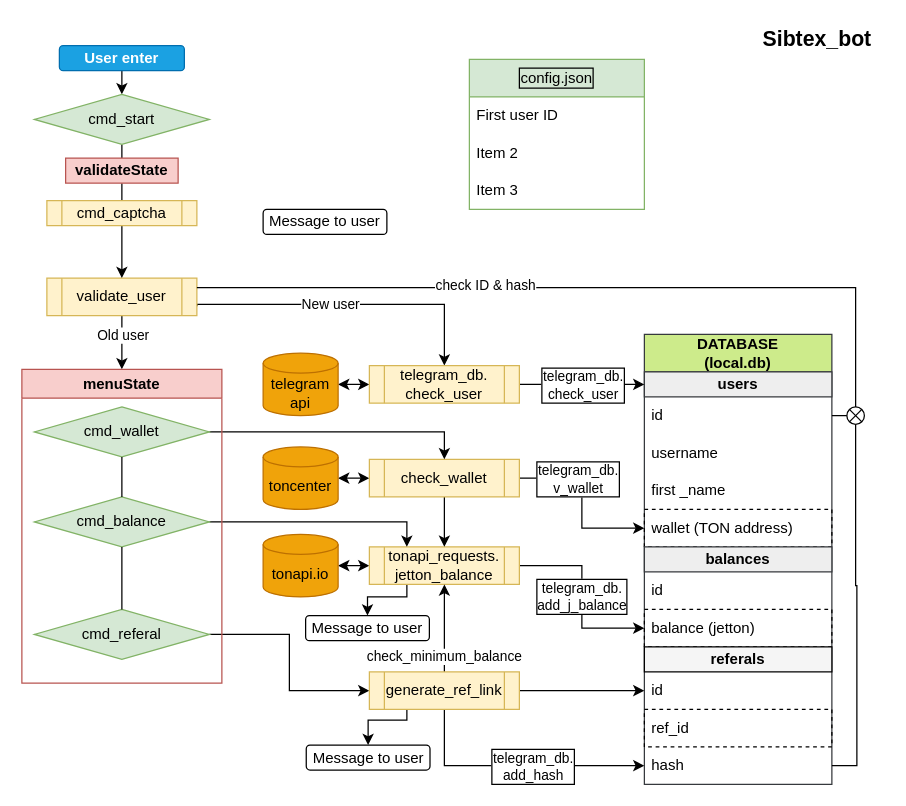
This is sibtex_bot.drawio from traptor/Sibton, a draw.io file, before an edit. Source tidied: cells renumbered, new cells numbered last; positions are measured from the earlier drawing's top-left corner, leaving out a move shared by most shapes. Both pictures are drawn from the tidied source at 125%, with x=0, y=0 at pixel (21, 21).
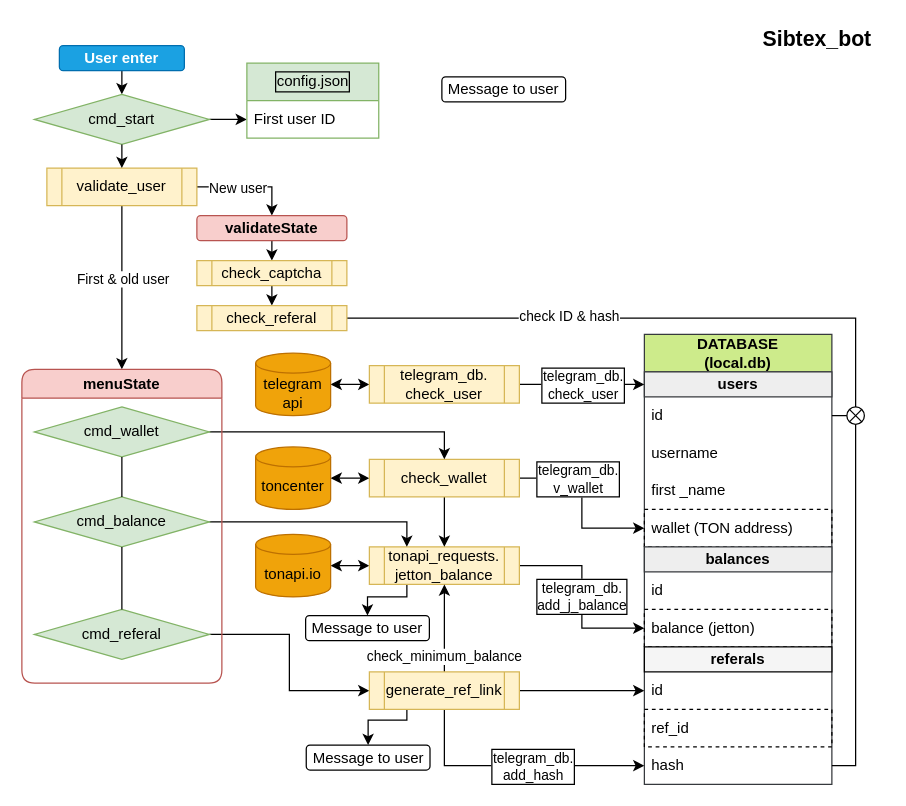
The same page after the edit.

The change refers to these unchanged cells:
```xml
<mxCell id="9" value="cmd_start" style="rhombus;whiteSpace=wrap;html=1;labelBackgroundColor=none;labelBorderColor=none;fillColor=#d5e8d4;strokeColor=#82b366;" parent="1" vertex="1">
  <mxGeometry x="10" y="58" width="140" height="40" as="geometry" />
</mxCell>
<mxCell id="23" value="hash" style="text;strokeColor=none;fillColor=none;align=left;verticalAlign=middle;spacingLeft=4;spacingRight=4;overflow=hidden;points=[[0,0.5],[1,0.5]];portConstraint=eastwest;whiteSpace=wrap;html=1;fontColor=#000000;dashed=1;" parent="11" vertex="1">
  <mxGeometry y="330" width="150" height="30" as="geometry" />
</mxCell>
<mxCell id="33" value="telegram_db.&lt;br&gt;check_user" style="shape=process;whiteSpace=wrap;html=1;backgroundOutline=1;fillColor=#fff2cc;strokeColor=#d6b656;" parent="1" vertex="1">
  <mxGeometry x="278" y="275" width="120" height="30" as="geometry" />
</mxCell>
<mxCell id="64" style="shape=sumEllipse;perimeter=ellipsePerimeter;whiteSpace=wrap;html=1;backgroundOutline=1;" parent="1" vertex="1">
  <mxGeometry x="660" y="308" width="14" height="14" as="geometry" />
</mxCell>
```

What changed in the source:
```diff
@@
-    <mxCell id="4" style="edgeStyle=orthogonalEdgeStyle;rounded=0;jettySize=auto;html=1;fontColor=#000000;entryX=0.5;entryY=0;entryDx=0;entryDy=0;endArrow=classic;endFill=1;exitX=1;exitY=0.75;exitDx=0;exitDy=0;" parent="1" edge="1" source="57" target="33">
-      <mxGeometry relative="1" as="geometry">
-        <Array as="points">
-          <mxPoint x="338" y="226" />
-        </Array>
-      </mxGeometry>
-    </mxCell>
-    <mxCell id="5" value="New user" style="edgeLabel;html=1;align=center;verticalAlign=middle;" parent="4" vertex="1">
-      <mxGeometry relative="1" as="geometry">
-        <mxPoint x="-16" y="-1" as="offset" />
-      </mxGeometry>
-    </mxCell>
-    <mxCell id="6" style="edgeStyle=orthogonalEdgeStyle;rounded=0;jettySize=auto;html=1;fontColor=#000000;startArrow=none;exitX=0.5;exitY=1;exitDx=0;exitDy=0;" parent="1" edge="1" source="57" target="66">
-      <mxGeometry relative="1" as="geometry" />
+    <mxCell id="6" style="edgeStyle=orthogonalEdgeStyle;rounded=0;jettySize=auto;html=1;fontColor=#000000;startArrow=none;exitX=0.5;exitY=1;exitDx=0;exitDy=0;entryX=0.5;entryY=0;entryDx=0;entryDy=0;" parent="1" edge="1" source="57" target="66">
+      <mxGeometry relative="1" as="geometry">
+        <Array as="points">
+          <mxPoint x="80" y="270" />
+          <mxPoint x="80" y="270" />
+        </Array>
+      </mxGeometry>
     </mxCell>
-    <mxCell id="7" value="Old user" style="edgeLabel;html=1;align=center;verticalAlign=middle;fontColor=#000000;" parent="6" vertex="1">
+    <mxCell id="7" value="First &amp;amp; old user" style="edgeLabel;html=1;align=center;verticalAlign=middle;fontColor=#000000;" parent="6" vertex="1">
       <mxGeometry x="0.03" y="3" relative="1" as="geometry">
-        <mxPoint x="-3" y="-7" as="offset" />
+        <mxPoint x="-3" y="-9" as="offset" />
       </mxGeometry>
     </mxCell>
-    <mxCell id="8" style="edgeStyle=elbowEdgeStyle;rounded=0;jettySize=auto;html=1;exitX=0.5;exitY=1;exitDx=0;exitDy=0;entryX=0.5;entryY=0;entryDx=0;entryDy=0;fontColor=#000000;endArrow=none;endFill=0;" parent="1" edge="1" source="9" target="60">
-      <mxGeometry relative="1" as="geometry" />
-    </mxCell>
+    <mxCell id="73" style="edgeStyle=orthogonalEdgeStyle;rounded=0;jettySize=auto;html=1;exitX=1;exitY=0.5;exitDx=0;exitDy=0;entryX=0;entryY=0.5;entryDx=0;entryDy=0;" parent="1" edge="1" source="9" target="53">
+      <mxGeometry relative="1" as="geometry" />
+    </mxCell>
@@
     <mxCell id="28" value="tonapi.io" style="shape=cylinder3;whiteSpace=wrap;html=1;boundedLbl=1;backgroundOutline=1;size=8;fillColor=#f0a30a;fontColor=#000000;strokeColor=#BD7000;" parent="1" vertex="1">
-      <mxGeometry x="193" y="410" width="60" height="50" as="geometry" />
+      <mxGeometry x="187" y="410" width="60" height="50" as="geometry" />
     </mxCell>
@@
     <mxCell id="30" value="telegram api" style="shape=cylinder3;whiteSpace=wrap;html=1;boundedLbl=1;backgroundOutline=1;size=8;fillColor=#f0a30a;strokeColor=#BD7000;fontColor=#000000;" parent="1" vertex="1">
-      <mxGeometry x="193" y="265" width="60" height="50" as="geometry" />
+      <mxGeometry x="187" y="265" width="60" height="50" as="geometry" />
     </mxCell>
@@
     <mxCell id="39" value="toncenter" style="shape=cylinder3;whiteSpace=wrap;html=1;boundedLbl=1;backgroundOutline=1;size=8;fillColor=#f0a30a;strokeColor=#BD7000;fontColor=#000000;" parent="1" vertex="1">
-      <mxGeometry x="193" y="340" width="60" height="50" as="geometry" />
+      <mxGeometry x="187" y="340" width="60" height="50" as="geometry" />
     </mxCell>
@@
     <mxCell id="52" value="config.json" style="swimlane;fontStyle=0;horizontal=1;startSize=30;whiteSpace=wrap;html=1;labelBorderColor=default;strokeColor=#82b366;fillColor=#d5e8d4;" parent="1" vertex="1">
-      <mxGeometry x="358" y="30" width="140" height="120" as="geometry" />
+      <mxGeometry x="180" y="33" width="105.5" height="60" as="geometry" />
     </mxCell>
     <mxCell id="53" value="First user ID" style="text;strokeColor=none;fillColor=none;align=left;verticalAlign=middle;spacingLeft=4;spacingRight=4;overflow=hidden;points=[[0,0.5],[1,0.5]];portConstraint=eastwest;whiteSpace=wrap;html=1;" parent="52" vertex="1">
-      <mxGeometry y="30" width="140" height="30" as="geometry" />
+      <mxGeometry y="30" width="105.5" height="30" as="geometry" />
     </mxCell>
-    <mxCell id="54" value="Item 2" style="text;strokeColor=none;fillColor=none;align=left;verticalAlign=middle;spacingLeft=4;spacingRight=4;overflow=hidden;whiteSpace=wrap;html=1;" parent="52" vertex="1">
-      <mxGeometry y="60" width="140" height="30" as="geometry" />
-    </mxCell>
-    <mxCell id="55" value="Item 3" style="text;strokeColor=none;fillColor=none;align=left;verticalAlign=middle;spacingLeft=4;spacingRight=4;overflow=hidden;whiteSpace=wrap;html=1;" parent="52" vertex="1">
-      <mxGeometry y="90" width="140" height="30" as="geometry" />
-    </mxCell>
     <mxCell id="56" value="Message to user" style="rounded=1;whiteSpace=wrap;html=1;strokeColor=#000000;gradientColor=none;" parent="1" vertex="1">
-      <mxGeometry x="193" y="150" width="99" height="20" as="geometry" />
+      <mxGeometry x="336" y="44" width="99" height="20" as="geometry" />
     </mxCell>
+    <mxCell id="74" style="edgeStyle=orthogonalEdgeStyle;rounded=0;jettySize=auto;html=1;exitX=1;exitY=0.5;exitDx=0;exitDy=0;entryX=0.5;entryY=0;entryDx=0;entryDy=0;" parent="1" edge="1" source="57" target="60">
+      <mxGeometry relative="1" as="geometry" />
+    </mxCell>
+    <mxCell id="5" value="New user" style="edgeLabel;html=1;align=center;verticalAlign=middle;" parent="74" vertex="1">
+      <mxGeometry x="0.13" relative="1" as="geometry">
+        <mxPoint x="-15" as="offset" />
+      </mxGeometry>
+    </mxCell>
     <mxCell id="57" value="validate_user" style="shape=process;whiteSpace=wrap;html=1;backgroundOutline=1;labelBorderColor=none;strokeColor=#d6b656;fillColor=#fff2cc;" parent="1" vertex="1">
-      <mxGeometry x="20" y="205" width="120" height="30" as="geometry" />
+      <mxGeometry x="20" y="117" width="120" height="30" as="geometry" />
     </mxCell>
-    <mxCell id="58" style="edgeStyle=orthogonalEdgeStyle;rounded=0;jettySize=auto;html=1;entryX=0.5;entryY=0;entryDx=0;entryDy=0;" parent="1" edge="1" source="72" target="57">
+    <mxCell id="58" style="edgeStyle=orthogonalEdgeStyle;rounded=0;jettySize=auto;html=1;entryX=0.5;entryY=0;entryDx=0;entryDy=0;exitX=0.5;exitY=1;exitDx=0;exitDy=0;" parent="1" edge="1" source="9" target="57">
       <mxGeometry relative="1" as="geometry" />
     </mxCell>
-    <mxCell id="59" style="edgeStyle=elbowEdgeStyle;rounded=0;jettySize=auto;html=1;exitX=0.5;exitY=1;exitDx=0;exitDy=0;fontColor=#000000;endArrow=none;endFill=0;" parent="1" edge="1" source="60" target="72">
+    <mxCell id="59" style="edgeStyle=orthogonalEdgeStyle;rounded=0;jettySize=auto;html=1;exitX=0.5;exitY=1;exitDx=0;exitDy=0;entryX=0.5;entryY=0;entryDx=0;entryDy=0;" parent="1" edge="1" source="60" target="72">
       <mxGeometry relative="1" as="geometry" />
     </mxCell>
-    <mxCell id="60" value="&lt;b&gt;validateState&lt;/b&gt;" style="rounded=0;whiteSpace=wrap;html=1;fillColor=#f8cecc;strokeColor=#b85450;" parent="1" vertex="1">
-      <mxGeometry x="35" y="109" width="90" height="20" as="geometry" />
+    <mxCell id="60" value="&lt;b&gt;validateState&lt;/b&gt;" style="rounded=1;whiteSpace=wrap;html=1;fillColor=#f8cecc;strokeColor=#b85450;glass=0;shadow=0;" parent="1" vertex="1">
+      <mxGeometry x="140" y="155" width="120" height="20" as="geometry" />
     </mxCell>
-    <mxCell id="61" style="edgeStyle=orthogonalEdgeStyle;rounded=0;jettySize=auto;html=1;exitX=1;exitY=0.5;exitDx=0;exitDy=0;endArrow=none;endFill=0;" parent="1" edge="1" source="23" target="64">
-      <mxGeometry relative="1" as="geometry" />
+    <mxCell id="61" style="edgeStyle=orthogonalEdgeStyle;rounded=0;jettySize=auto;html=1;exitX=1;exitY=0.5;exitDx=0;exitDy=0;endArrow=none;endFill=0;entryX=0.5;entryY=1;entryDx=0;entryDy=0;" parent="1" edge="1" source="23" target="64">
+      <mxGeometry relative="1" as="geometry">
+        <Array as="points">
+          <mxPoint x="667" y="595" />
+        </Array>
+      </mxGeometry>
     </mxCell>
-    <mxCell id="62" style="edgeStyle=elbowEdgeStyle;rounded=0;jettySize=auto;html=1;exitX=0.5;exitY=0;exitDx=0;exitDy=0;entryX=1;entryY=0.25;entryDx=0;entryDy=0;endArrow=none;endFill=0;" parent="1" edge="1" source="64" target="57">
+    <mxCell id="62" style="edgeStyle=elbowEdgeStyle;rounded=0;jettySize=auto;html=1;exitX=0.5;exitY=0;exitDx=0;exitDy=0;endArrow=none;endFill=0;entryX=1;entryY=0.5;entryDx=0;entryDy=0;" parent="1" edge="1" source="64" target="76">
       <mxGeometry relative="1" as="geometry">
         <Array as="points">
           <mxPoint x="667" y="238" />
         </Array>
       </mxGeometry>
     </mxCell>
@@
-    <mxCell id="66" value="menuState" style="swimlane;whiteSpace=wrap;html=1;fillColor=#f8cecc;strokeColor=#b85450;" parent="1" vertex="1">
+    <mxCell id="66" value="menuState" style="swimlane;whiteSpace=wrap;html=1;fillColor=#f8cecc;strokeColor=#b85450;rounded=1;" parent="1" vertex="1">
       <mxGeometry y="278" width="160" height="251" as="geometry" />
     </mxCell>
@@
+    <mxCell id="75" style="edgeStyle=orthogonalEdgeStyle;rounded=0;jettySize=auto;html=1;exitX=0.5;exitY=1;exitDx=0;exitDy=0;entryX=0.5;entryY=0;entryDx=0;entryDy=0;" parent="1" edge="1" source="72" target="76">
+      <mxGeometry relative="1" as="geometry" />
+    </mxCell>
-    <mxCell id="72" value="cmd_captcha" style="shape=process;whiteSpace=wrap;html=1;backgroundOutline=1;labelBorderColor=none;strokeColor=#d6b656;fillColor=#fff2cc;" parent="1" vertex="1">
-      <mxGeometry x="20" y="143" width="120" height="20" as="geometry" />
+    <mxCell id="72" value="check_captcha" style="shape=process;whiteSpace=wrap;html=1;backgroundOutline=1;labelBorderColor=none;strokeColor=#d6b656;fillColor=#fff2cc;" parent="1" vertex="1">
+      <mxGeometry x="140" y="191" width="120" height="20" as="geometry" />
     </mxCell>
+    <mxCell id="76" value="check_referal" style="shape=process;whiteSpace=wrap;html=1;backgroundOutline=1;labelBorderColor=none;strokeColor=#d6b656;fillColor=#fff2cc;" parent="1" vertex="1">
+      <mxGeometry x="140" y="227" width="120" height="20" as="geometry" />
+    </mxCell>
```
